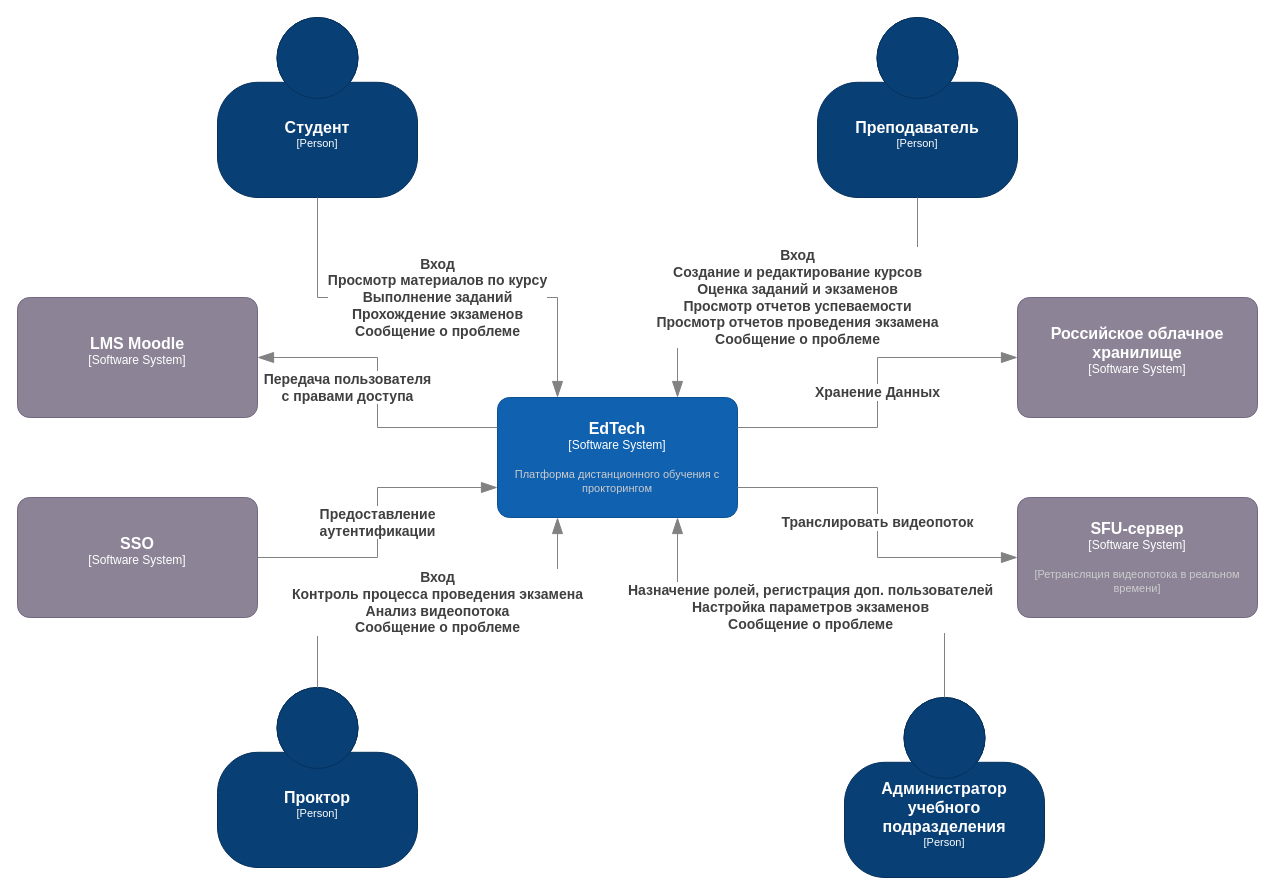
The draw.io diagram src/drawio/c4-context.drawio in Tulitanir/se-sstu-2026, before the edit. Source tidied: cells renumbered, new cells numbered last; positions are measured from the earlier drawing's top-left corner, leaving out a move shared by most shapes. Both pictures are drawn from the tidied source at 100%, with x=0, y=0 at pixel (17, 17).
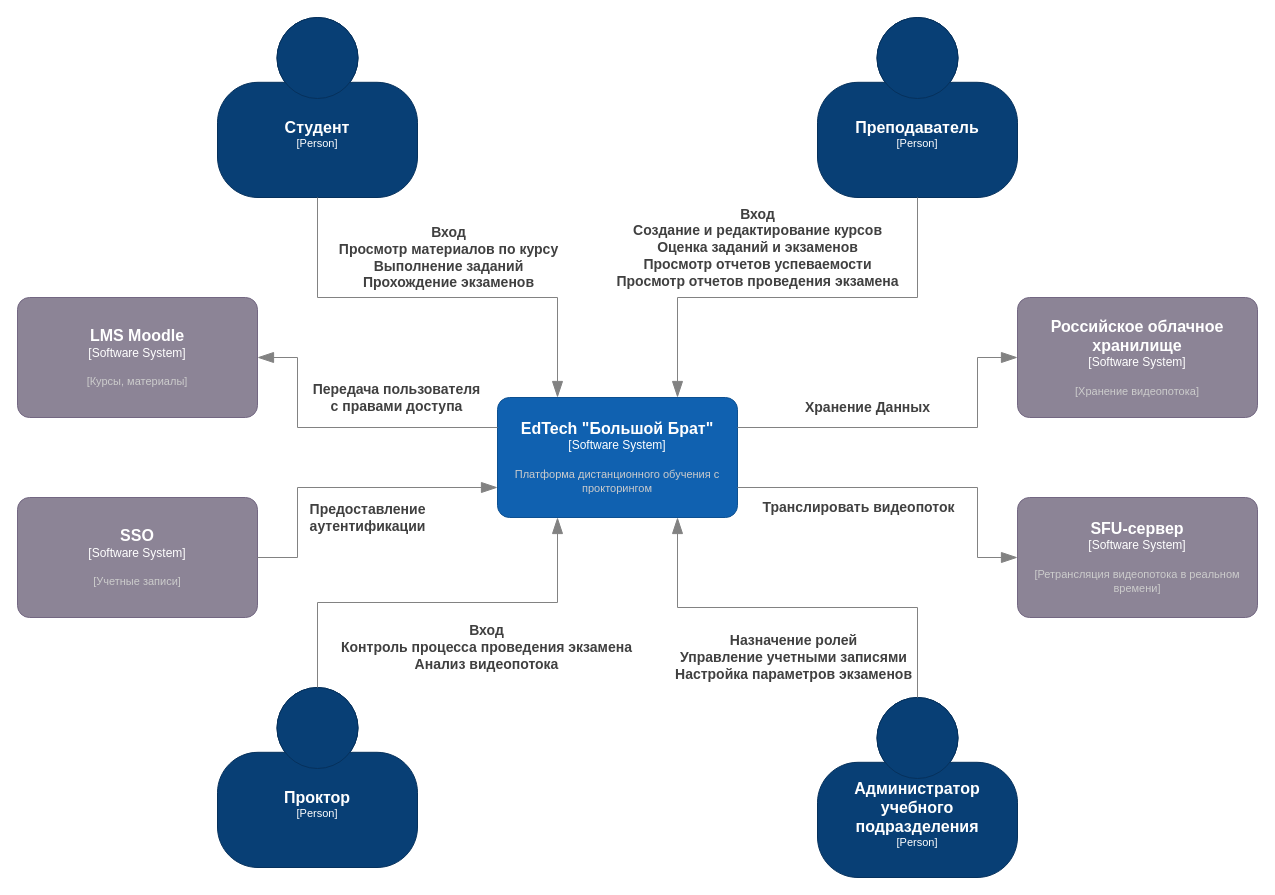
The same diagram, later.

The change refers to these unchanged cells:
```xml
<object id="3" label="&lt;font style=&quot;font-size: 16px&quot;&gt;&lt;b&gt;%c4Name%&lt;/b&gt;&lt;/font&gt;&lt;div&gt;[%c4Type%]&lt;/div&gt;&lt;br&gt;&lt;div&gt;&lt;font style=&quot;font-size: 11px&quot;&gt;&lt;font color=&quot;#cccccc&quot;&gt;%c4Description%&lt;/font&gt;&lt;/div&gt;" c4Description="" c4Name="Студент" c4Type="Person" placeholders="1">
  <mxCell style="html=1;fontSize=11;dashed=0;whiteSpace=wrap;fillColor=#083F75;strokeColor=#06315C;fontColor=#ffffff;shape=mxgraph.c4.person2;align=center;points=[[0.5,0,0],[1,0.5,0],[1,0.75,0],[0.75,1,0],[0.5,1,0],[0.25,1,0],[0,0.75,0],[0,0.5,0]];" parent="1" vertex="1">
    <mxGeometry x="200" width="200" height="180" as="geometry" />
  </mxCell>
</object>
<object id="5" label="&lt;font style=&quot;font-size: 16px&quot;&gt;&lt;b&gt;%c4Name%&lt;/b&gt;&lt;/font&gt;&lt;div&gt;[%c4Type%]&lt;/div&gt;&lt;br&gt;&lt;div&gt;&lt;font style=&quot;font-size: 11px&quot;&gt;&lt;font color=&quot;#cccccc&quot;&gt;%c4Description%&lt;/font&gt;&lt;/div&gt;" c4Description="" c4Name="Преподаватель" c4Type="Person" placeholders="1">
  <mxCell style="html=1;fontSize=11;dashed=0;whiteSpace=wrap;fillColor=#083F75;strokeColor=#06315C;fontColor=#ffffff;shape=mxgraph.c4.person2;align=center;points=[[0.5,0,0],[1,0.5,0],[1,0.75,0],[0.75,1,0],[0.5,1,0],[0.25,1,0],[0,0.75,0],[0,0.5,0]];" parent="1" vertex="1">
    <mxGeometry x="800" width="200" height="180" as="geometry" />
  </mxCell>
</object>
<object id="7" label="&lt;font style=&quot;font-size: 16px&quot;&gt;&lt;b&gt;%c4Name%&lt;/b&gt;&lt;/font&gt;&lt;div&gt;[%c4Type%]&lt;/div&gt;&lt;br&gt;&lt;div&gt;&lt;font style=&quot;font-size: 11px&quot;&gt;&lt;font color=&quot;#cccccc&quot;&gt;%c4Description%&lt;/font&gt;&lt;/div&gt;" c4Description="" c4Name="Проктор" c4Type="Person" placeholders="1">
  <mxCell style="html=1;fontSize=11;dashed=0;whiteSpace=wrap;fillColor=#083F75;strokeColor=#06315C;fontColor=#ffffff;shape=mxgraph.c4.person2;align=center;points=[[0.5,0,0],[1,0.5,0],[1,0.75,0],[0.75,1,0],[0.5,1,0],[0.25,1,0],[0,0.75,0],[0,0.5,0]];" parent="1" vertex="1">
    <mxGeometry x="200" y="670" width="200" height="180" as="geometry" />
  </mxCell>
</object>
<object id="16" label="&lt;font style=&quot;font-size: 16px&quot;&gt;&lt;b&gt;%c4Name%&lt;/b&gt;&lt;/font&gt;&lt;div&gt;[%c4Type%]&lt;/div&gt;&lt;br&gt;&lt;div&gt;&lt;font style=&quot;font-size: 11px&quot;&gt;&lt;font color=&quot;#cccccc&quot;&gt;%c4Description%&lt;/font&gt;&lt;/div&gt;" c4Description="[Ретрансляция видеопотока в реальном времени]" c4Name="SFU-сервер" c4Type="Software System" placeholders="1">
  <mxCell style="rounded=1;whiteSpace=wrap;html=1;labelBackgroundColor=none;fillColor=#8C8496;fontColor=#ffffff;align=center;arcSize=10;strokeColor=#736782;points=[[0.25,0,0],[0.5,0,0],[0.75,0,0],[1,0.25,0],[1,0.5,0],[1,0.75,0],[0.75,1,0],[0.5,1,0],[0.25,1,0],[0,0.75,0],[0,0.5,0],[0,0.25,0]];" parent="1" vertex="1">
    <mxGeometry x="1000" y="480" width="240" height="120" as="geometry" />
  </mxCell>
</object>
```

Diff of the diagram source:
```diff
@@
-    <object id="2" label="&lt;font style=&quot;font-size: 16px&quot;&gt;&lt;b&gt;%c4Name%&lt;/b&gt;&lt;/font&gt;&lt;div&gt;[%c4Type%]&lt;/div&gt;&lt;br&gt;&lt;div&gt;&lt;font style=&quot;font-size: 11px&quot;&gt;&lt;font color=&quot;#cccccc&quot;&gt;%c4Description%&lt;/font&gt;&lt;/div&gt;" c4Description="Платформа дистанционного обучения с прокторингом" c4Name="EdTech" c4Type="Software System" placeholders="1">
+    <object id="2" label="&lt;font style=&quot;font-size: 16px&quot;&gt;&lt;b&gt;%c4Name%&lt;/b&gt;&lt;/font&gt;&lt;div&gt;[%c4Type%]&lt;/div&gt;&lt;br&gt;&lt;div&gt;&lt;font style=&quot;font-size: 11px&quot;&gt;&lt;font color=&quot;#cccccc&quot;&gt;%c4Description%&lt;/font&gt;&lt;/div&gt;" c4Description="Платформа дистанционного обучения с прокторингом" c4Name="EdTech &quot;Большой Брат&quot;" c4Type="Software System" placeholders="1">
       <mxCell style="rounded=1;whiteSpace=wrap;html=1;labelBackgroundColor=none;fillColor=#1061B0;fontColor=#ffffff;align=center;arcSize=10;strokeColor=#0D5091;points=[[0.25,0,0],[0.5,0,0],[0.75,0,0],[1,0.25,0],[1,0.5,0],[1,0.75,0],[0.75,1,0],[0.5,1,0],[0.25,1,0],[0,0.75,0],[0,0.5,0],[0,0.25,0]];" parent="1" vertex="1">
         <mxGeometry x="480" y="380" width="240" height="120" as="geometry" />
       </mxCell>
     </object>
@@
-    <object id="4" label="&lt;div style=&quot;text-align: left&quot;&gt;&lt;div style=&quot;text-align: center&quot;&gt;&lt;b&gt;%c4Description%&lt;/b&gt;&lt;/div&gt;&lt;/div&gt;" c4Description="Вход&#10;Просмотр материалов по курсу&#10;Выполнение заданий&#10;Прохождение экзаменов&#10;Сообщение о проблеме" placeholders="1">
+    <object id="4" label="&lt;div style=&quot;text-align: left&quot;&gt;&lt;div style=&quot;text-align: center&quot;&gt;&lt;b&gt;%c4Description%&lt;/b&gt;&lt;/div&gt;&lt;/div&gt;" c4Description="Вход&#10;Просмотр материалов по курсу&#10;Выполнение заданий&#10;Прохождение экзаменов" placeholders="1">
       <mxCell style="endArrow=blockThin;html=1;fontSize=14;fontColor=#404040;strokeWidth=1;endFill=1;strokeColor=#828282;elbow=vertical;endSize=14;startSize=14;jumpStyle=arc;jumpSize=16;rounded=0;edgeStyle=orthogonalEdgeStyle;exitX=0.5;exitY=1;exitDx=0;exitDy=0;exitPerimeter=0;entryX=0.25;entryY=0;entryDx=0;entryDy=0;entryPerimeter=0;" parent="1" edge="1" source="3" target="2">
-        <mxGeometry relative="1" as="geometry" />
+        <mxGeometry x="0.05" y="40" relative="1" as="geometry" />
       </mxCell>
     </object>
@@
-    <object id="6" label="&lt;div style=&quot;text-align: left&quot;&gt;&lt;div style=&quot;text-align: center&quot;&gt;&lt;b&gt;%c4Description%&lt;/b&gt;&lt;/div&gt;&lt;/div&gt;" c4Description="Вход&#10;Создание и редактирование курсов&#10;Оценка заданий и экзаменов&#10;Просмотр отчетов успеваемости&#10;Просмотр отчетов проведения экзамена&#10;Сообщение о проблеме" placeholders="1">
+    <object id="6" label="&lt;div style=&quot;text-align: left&quot;&gt;&lt;div style=&quot;text-align: center&quot;&gt;&lt;b&gt;%c4Description%&lt;/b&gt;&lt;/div&gt;&lt;/div&gt;" c4Description="Вход&#10;Создание и редактирование курсов&#10;Оценка заданий и экзаменов&#10;Просмотр отчетов успеваемости&#10;Просмотр отчетов проведения экзамена" placeholders="1">
       <mxCell style="endArrow=blockThin;html=1;fontSize=14;fontColor=#404040;strokeWidth=1;endFill=1;strokeColor=#828282;elbow=vertical;endSize=14;startSize=14;jumpStyle=arc;jumpSize=16;rounded=0;edgeStyle=orthogonalEdgeStyle;exitX=0.5;exitY=1;exitDx=0;exitDy=0;exitPerimeter=0;entryX=0.75;entryY=0;entryDx=0;entryDy=0;entryPerimeter=0;" parent="1" edge="1" source="5" target="2">
-        <mxGeometry relative="1" as="geometry" />
+        <mxGeometry x="0.18" y="-50" relative="1" as="geometry" />
       </mxCell>
     </object>
@@
-    <object id="8" label="&lt;div style=&quot;text-align: left&quot;&gt;&lt;div style=&quot;text-align: center&quot;&gt;&lt;b&gt;%c4Description%&lt;/b&gt;&lt;/div&gt;&lt;/div&gt;" c4Description="Вход&#10;Контроль процесса проведения экзамена&#10;Анализ видеопотока&#10;Сообщение о проблеме" placeholders="1">
+    <object id="8" label="&lt;div style=&quot;text-align: left&quot;&gt;&lt;div style=&quot;text-align: center&quot;&gt;&lt;b&gt;%c4Description%&lt;/b&gt;&lt;/div&gt;&lt;/div&gt;" c4Description="Вход&#10;Контроль процесса проведения экзамена&#10;Анализ видеопотока" placeholders="1">
       <mxCell style="endArrow=blockThin;html=1;fontSize=14;fontColor=#404040;strokeWidth=1;endFill=1;strokeColor=#828282;elbow=vertical;endSize=14;startSize=14;jumpStyle=arc;jumpSize=16;rounded=0;edgeStyle=orthogonalEdgeStyle;exitX=0.5;exitY=0;exitDx=0;exitDy=0;exitPerimeter=0;entryX=0.25;entryY=1;entryDx=0;entryDy=0;entryPerimeter=0;" parent="1" edge="1" source="7" target="2">
-        <mxGeometry relative="1" as="geometry" />
+        <mxGeometry x="0.24" y="-45" relative="1" as="geometry" />
       </mxCell>
     </object>
     <object id="9" label="&lt;font style=&quot;font-size: 16px&quot;&gt;&lt;b&gt;%c4Name%&lt;/b&gt;&lt;/font&gt;&lt;div&gt;[%c4Type%]&lt;/div&gt;&lt;br&gt;&lt;div&gt;&lt;font style=&quot;font-size: 11px&quot;&gt;&lt;font color=&quot;#cccccc&quot;&gt;%c4Description%&lt;/font&gt;&lt;/div&gt;" c4Description="" c4Name="Администратор учебного подразделения" c4Type="Person" placeholders="1">
       <mxCell style="html=1;fontSize=11;dashed=0;whiteSpace=wrap;fillColor=#083F75;strokeColor=#06315C;fontColor=#ffffff;shape=mxgraph.c4.person2;align=center;points=[[0.5,0,0],[1,0.5,0],[1,0.75,0],[0.75,1,0],[0.5,1,0],[0.25,1,0],[0,0.75,0],[0,0.5,0]];" parent="1" vertex="1">
-        <mxGeometry x="827" y="680" width="200" height="180" as="geometry" />
+        <mxGeometry x="800" y="680" width="200" height="180" as="geometry" />
       </mxCell>
     </object>
-    <object id="10" label="&lt;div style=&quot;text-align: left&quot;&gt;&lt;div style=&quot;text-align: center&quot;&gt;&lt;b&gt;%c4Description%&lt;/b&gt;&lt;/div&gt;&lt;/div&gt;" c4Description="Назначение ролей, регистрация доп. пользователей&#10;Настройка параметров экзаменов&#10;Сообщение о проблеме" placeholders="1">
+    <object id="10" label="&lt;div style=&quot;text-align: left&quot;&gt;&lt;div style=&quot;text-align: center&quot;&gt;&lt;b&gt;%c4Description%&lt;/b&gt;&lt;/div&gt;&lt;/div&gt;" c4Description="Назначение ролей&#10;Управление учетными записями&#10;Настройка параметров экзаменов" placeholders="1">
       <mxCell style="endArrow=blockThin;html=1;fontSize=14;fontColor=#404040;strokeWidth=1;endFill=1;strokeColor=#828282;elbow=vertical;endSize=14;startSize=14;jumpStyle=arc;jumpSize=16;rounded=0;edgeStyle=orthogonalEdgeStyle;exitX=0.5;exitY=0;exitDx=0;exitDy=0;exitPerimeter=0;entryX=0.75;entryY=1;entryDx=0;entryDy=0;entryPerimeter=0;" parent="1" edge="1" source="9" target="2">
-        <mxGeometry relative="1" as="geometry" />
+        <mxGeometry x="0.02" y="50" relative="1" as="geometry" />
       </mxCell>
     </object>
-    <object id="11" label="&lt;font style=&quot;font-size: 16px&quot;&gt;&lt;b&gt;%c4Name%&lt;/b&gt;&lt;/font&gt;&lt;div&gt;[%c4Type%]&lt;/div&gt;&lt;br&gt;&lt;div&gt;&lt;font style=&quot;font-size: 11px&quot;&gt;&lt;font color=&quot;#cccccc&quot;&gt;%c4Description%&lt;/font&gt;&lt;/div&gt;" c4Description="" c4Name="LMS Moodle" c4Type="Software System" placeholders="1">
+    <object id="11" label="&lt;font style=&quot;font-size: 16px&quot;&gt;&lt;b&gt;%c4Name%&lt;/b&gt;&lt;/font&gt;&lt;div&gt;[%c4Type%]&lt;/div&gt;&lt;br&gt;&lt;div&gt;&lt;font style=&quot;font-size: 11px&quot;&gt;&lt;font color=&quot;#cccccc&quot;&gt;%c4Description%&lt;/font&gt;&lt;/div&gt;" c4Description="[Курсы, материалы]" c4Name="LMS Moodle" c4Type="Software System" placeholders="1">
       <mxCell style="rounded=1;whiteSpace=wrap;html=1;labelBackgroundColor=none;fillColor=#8C8496;fontColor=#ffffff;align=center;arcSize=10;strokeColor=#736782;points=[[0.25,0,0],[0.5,0,0],[0.75,0,0],[1,0.25,0],[1,0.5,0],[1,0.75,0],[0.75,1,0],[0.5,1,0],[0.25,1,0],[0,0.75,0],[0,0.5,0],[0,0.25,0]];" parent="1" vertex="1">
         <mxGeometry y="280" width="240" height="120" as="geometry" />
       </mxCell>
     </object>
-    <object id="12" label="&lt;font style=&quot;font-size: 16px&quot;&gt;&lt;b&gt;%c4Name%&lt;/b&gt;&lt;/font&gt;&lt;div&gt;[%c4Type%]&lt;/div&gt;&lt;br&gt;&lt;div&gt;&lt;font style=&quot;font-size: 11px&quot;&gt;&lt;font color=&quot;#cccccc&quot;&gt;%c4Description%&lt;/font&gt;&lt;/div&gt;" c4Description="" c4Name="SSO" c4Type="Software System" placeholders="1">
+    <object id="12" label="&lt;font style=&quot;font-size: 16px&quot;&gt;&lt;b&gt;%c4Name%&lt;/b&gt;&lt;/font&gt;&lt;div&gt;[%c4Type%]&lt;/div&gt;&lt;br&gt;&lt;div&gt;&lt;font style=&quot;font-size: 11px&quot;&gt;&lt;font color=&quot;#cccccc&quot;&gt;%c4Description%&lt;/font&gt;&lt;/div&gt;" c4Description="[Учетные записи]" c4Name="SSO" c4Type="Software System" placeholders="1">
       <mxCell style="rounded=1;whiteSpace=wrap;html=1;labelBackgroundColor=none;fillColor=#8C8496;fontColor=#ffffff;align=center;arcSize=10;strokeColor=#736782;points=[[0.25,0,0],[0.5,0,0],[0.75,0,0],[1,0.25,0],[1,0.5,0],[1,0.75,0],[0.75,1,0],[0.5,1,0],[0.25,1,0],[0,0.75,0],[0,0.5,0],[0,0.25,0]];" parent="1" vertex="1">
         <mxGeometry y="480" width="240" height="120" as="geometry" />
       </mxCell>
     </object>
     <object id="13" label="&lt;div style=&quot;text-align: left&quot;&gt;&lt;div style=&quot;text-align: center&quot;&gt;&lt;b&gt;%c4Description%&lt;/b&gt;&lt;/div&gt;&lt;/div&gt;" c4Description="Предоставление &#10;аутентификации" placeholders="1">
       <mxCell style="endArrow=blockThin;html=1;fontSize=14;fontColor=#404040;strokeWidth=1;endFill=1;strokeColor=#828282;elbow=vertical;endSize=14;startSize=14;jumpStyle=arc;jumpSize=16;rounded=0;edgeStyle=orthogonalEdgeStyle;exitX=1;exitY=0.5;exitDx=0;exitDy=0;exitPerimeter=0;entryX=0;entryY=0.75;entryDx=0;entryDy=0;entryPerimeter=0;" parent="1" edge="1" source="12" target="2">
-        <mxGeometry relative="1" as="geometry" />
+        <mxGeometry x="0.16" y="-30" relative="1" as="geometry">
+          <Array as="points">
+            <mxPoint x="280" y="540" />
+            <mxPoint x="280" y="470" />
+          </Array>
+        </mxGeometry>
       </mxCell>
     </object>
     <object id="14" label="&lt;div style=&quot;text-align: left&quot;&gt;&lt;div style=&quot;text-align: center&quot;&gt;&lt;b&gt;%c4Description%&lt;/b&gt;&lt;/div&gt;&lt;/div&gt;" c4Description="Передача пользователя &#10;с правами доступа" placeholders="1">
       <mxCell style="endArrow=blockThin;html=1;fontSize=14;fontColor=#404040;strokeWidth=1;endFill=1;strokeColor=#828282;elbow=vertical;endSize=14;startSize=14;jumpStyle=arc;jumpSize=16;rounded=0;edgeStyle=orthogonalEdgeStyle;exitX=0;exitY=0.25;exitDx=0;exitDy=0;exitPerimeter=0;entryX=1;entryY=0.5;entryDx=0;entryDy=0;entryPerimeter=0;" parent="1" edge="1" source="2" target="11">
-        <mxGeometry x="0.42" y="30" relative="1" as="geometry" />
+        <mxGeometry x="-0.35" y="-30" relative="1" as="geometry">
+          <Array as="points">
+            <mxPoint x="280" y="410" />
+            <mxPoint x="280" y="340" />
+          </Array>
+        </mxGeometry>
       </mxCell>
     </object>
-    <object id="15" label="&lt;font style=&quot;font-size: 16px&quot;&gt;&lt;b&gt;%c4Name%&lt;/b&gt;&lt;/font&gt;&lt;div&gt;[%c4Type%]&lt;/div&gt;&lt;br&gt;&lt;div&gt;&lt;font style=&quot;font-size: 11px&quot;&gt;&lt;font color=&quot;#cccccc&quot;&gt;%c4Description%&lt;/font&gt;&lt;/div&gt;" c4Description="" c4Name="Российское облачное хранилище" c4Type="Software System" placeholders="1">
+    <object id="15" label="&lt;font style=&quot;font-size: 16px&quot;&gt;&lt;b&gt;%c4Name%&lt;/b&gt;&lt;/font&gt;&lt;div&gt;[%c4Type%]&lt;/div&gt;&lt;br&gt;&lt;div&gt;&lt;font style=&quot;font-size: 11px&quot;&gt;&lt;font color=&quot;#cccccc&quot;&gt;%c4Description%&lt;/font&gt;&lt;/div&gt;" c4Description="[Хранение видеопотока]" c4Name="Российское облачное хранилище" c4Type="Software System" placeholders="1">
       <mxCell style="rounded=1;whiteSpace=wrap;html=1;labelBackgroundColor=none;fillColor=#8C8496;fontColor=#ffffff;align=center;arcSize=10;strokeColor=#736782;points=[[0.25,0,0],[0.5,0,0],[0.75,0,0],[1,0.25,0],[1,0.5,0],[1,0.75,0],[0.75,1,0],[0.5,1,0],[0.25,1,0],[0,0.75,0],[0,0.5,0],[0,0.25,0]];" parent="1" vertex="1">
         <mxGeometry x="1000" y="280" width="240" height="120" as="geometry" />
       </mxCell>
     </object>
@@
     <object id="17" label="&lt;div style=&quot;text-align: left&quot;&gt;&lt;div style=&quot;text-align: center&quot;&gt;&lt;b&gt;%c4Description%&lt;/b&gt;&lt;/div&gt;&lt;/div&gt;" c4Description="Хранение Данных" placeholders="1">
       <mxCell style="endArrow=blockThin;html=1;fontSize=14;fontColor=#404040;strokeWidth=1;endFill=1;strokeColor=#828282;elbow=vertical;endSize=14;startSize=14;jumpStyle=arc;jumpSize=16;rounded=0;edgeStyle=orthogonalEdgeStyle;exitX=1;exitY=0.25;exitDx=0;exitDy=0;exitPerimeter=0;entryX=0;entryY=0.5;entryDx=0;entryDy=0;entryPerimeter=0;" parent="1" edge="1" source="2" target="15">
-        <mxGeometry relative="1" as="geometry" />
+        <mxGeometry x="-0.26" y="20" relative="1" as="geometry">
+          <Array as="points">
+            <mxPoint x="960" y="410" />
+            <mxPoint x="960" y="340" />
+          </Array>
+        </mxGeometry>
       </mxCell>
     </object>
     <object id="18" label="&lt;div style=&quot;text-align: left&quot;&gt;&lt;div style=&quot;text-align: center&quot;&gt;&lt;b&gt;%c4Description%&lt;/b&gt;&lt;/div&gt;&lt;/div&gt;" c4Description="Транслировать видеопоток" placeholders="1">
       <mxCell style="endArrow=blockThin;html=1;fontSize=14;fontColor=#404040;strokeWidth=1;endFill=1;strokeColor=#828282;elbow=vertical;endSize=14;startSize=14;jumpStyle=arc;jumpSize=16;rounded=0;edgeStyle=orthogonalEdgeStyle;exitX=1;exitY=0.75;exitDx=0;exitDy=0;exitPerimeter=0;entryX=0;entryY=0.5;entryDx=0;entryDy=0;entryPerimeter=0;" parent="1" edge="1" source="2" target="16">
-        <mxGeometry relative="1" as="geometry" />
+        <mxGeometry x="-0.31" y="-20" relative="1" as="geometry">
+          <Array as="points">
+            <mxPoint x="960" y="470" />
+            <mxPoint x="960" y="540" />
+          </Array>
+        </mxGeometry>
       </mxCell>
     </object>
```
